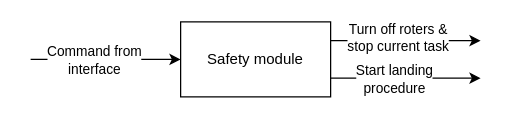
Earlier version of the draw.io diagram DrawIOFiler/safetyblackbox.drawio (jens1906/Robotteknologi-4.-semester). Source tidied: cells renumbered, new cells numbered last; positions are measured from the earlier drawing's top-left corner, leaving out a move shared by most shapes. Both pictures are drawn from the tidied source at 125%, with x=0, y=0 at pixel (30, 21).
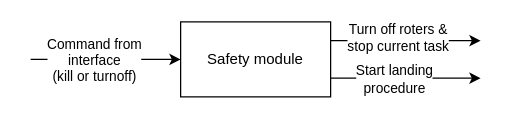
Above is the later version.

Commit message (it also covers changes not shown here):
Lidt ekstra flowchart

Diff of the diagram source:
```diff
@@
 <mxGraphModel>
   <root>
     <mxCell id="0" />
     <mxCell id="1" parent="0" />
     <mxCell id="2" style="edgeStyle=orthogonalEdgeStyle;rounded=0;jettySize=auto;html=1;exitX=1;exitY=0.25;exitDx=0;exitDy=0;" parent="1" edge="1" source="6">
       <mxGeometry relative="1" as="geometry">
         <mxPoint x="360" y="15" as="targetPoint" />
       </mxGeometry>
     </mxCell>
     <mxCell id="3" value="Turn off roters &amp;amp;&lt;br&gt;stop current task" style="edgeLabel;html=1;align=center;verticalAlign=middle;" parent="2" vertex="1">
       <mxGeometry x="-0.12" y="3" relative="1" as="geometry" />
     </mxCell>
     <mxCell id="4" style="edgeStyle=orthogonalEdgeStyle;rounded=0;jettySize=auto;html=1;exitX=1;exitY=0.75;exitDx=0;exitDy=0;" parent="1" edge="1" source="6">
       <mxGeometry relative="1" as="geometry">
         <mxPoint x="360" y="45" as="targetPoint" />
       </mxGeometry>
     </mxCell>
     <mxCell id="5" value="Start landing &lt;br&gt;procedure" style="edgeLabel;html=1;align=center;verticalAlign=middle;" parent="4" vertex="1">
       <mxGeometry x="-0.32" relative="1" as="geometry">
         <mxPoint x="9" as="offset" />
       </mxGeometry>
     </mxCell>
     <mxCell id="6" value="Safety module" style="rounded=0;whiteSpace=wrap;html=1;" parent="1" vertex="1">
       <mxGeometry x="120" width="120" height="60" as="geometry" />
     </mxCell>
     <mxCell id="7" style="endArrow=classic;html=1;rounded=0;entryX=0;entryY=0.5;entryDx=0;entryDy=0;" parent="1" edge="1" target="6">
       <mxGeometry relative="1" as="geometry">
         <mxPoint y="30" as="sourcePoint" />
       </mxGeometry>
     </mxCell>
-    <mxCell id="8" value="Command from &lt;br&gt;interface" style="edgeLabel;html=1;align=center;verticalAlign=middle;" parent="7" vertex="1">
+    <mxCell id="8" value="Command from &lt;br&gt;interface &lt;br&gt;(kill or turnoff)" style="edgeLabel;html=1;align=center;verticalAlign=middle;" parent="7" vertex="1">
       <mxGeometry x="-0.58" relative="1" as="geometry">
         <mxPoint x="25" as="offset" />
       </mxGeometry>
     </mxCell>
   </root>
 </mxGraphModel>
```
